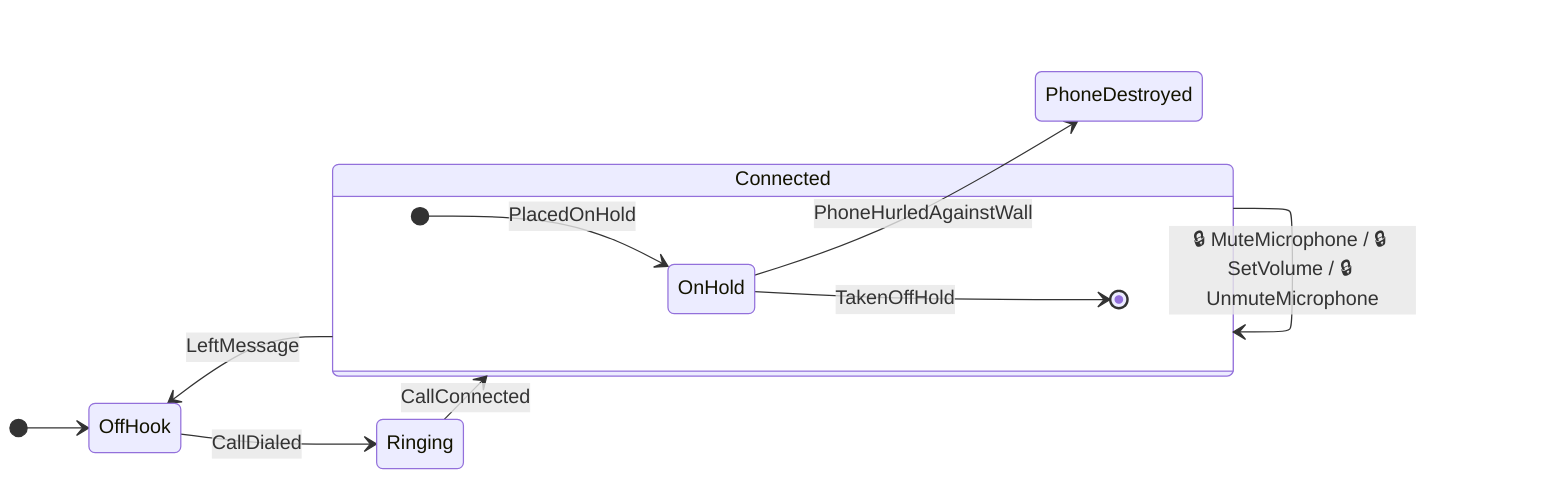
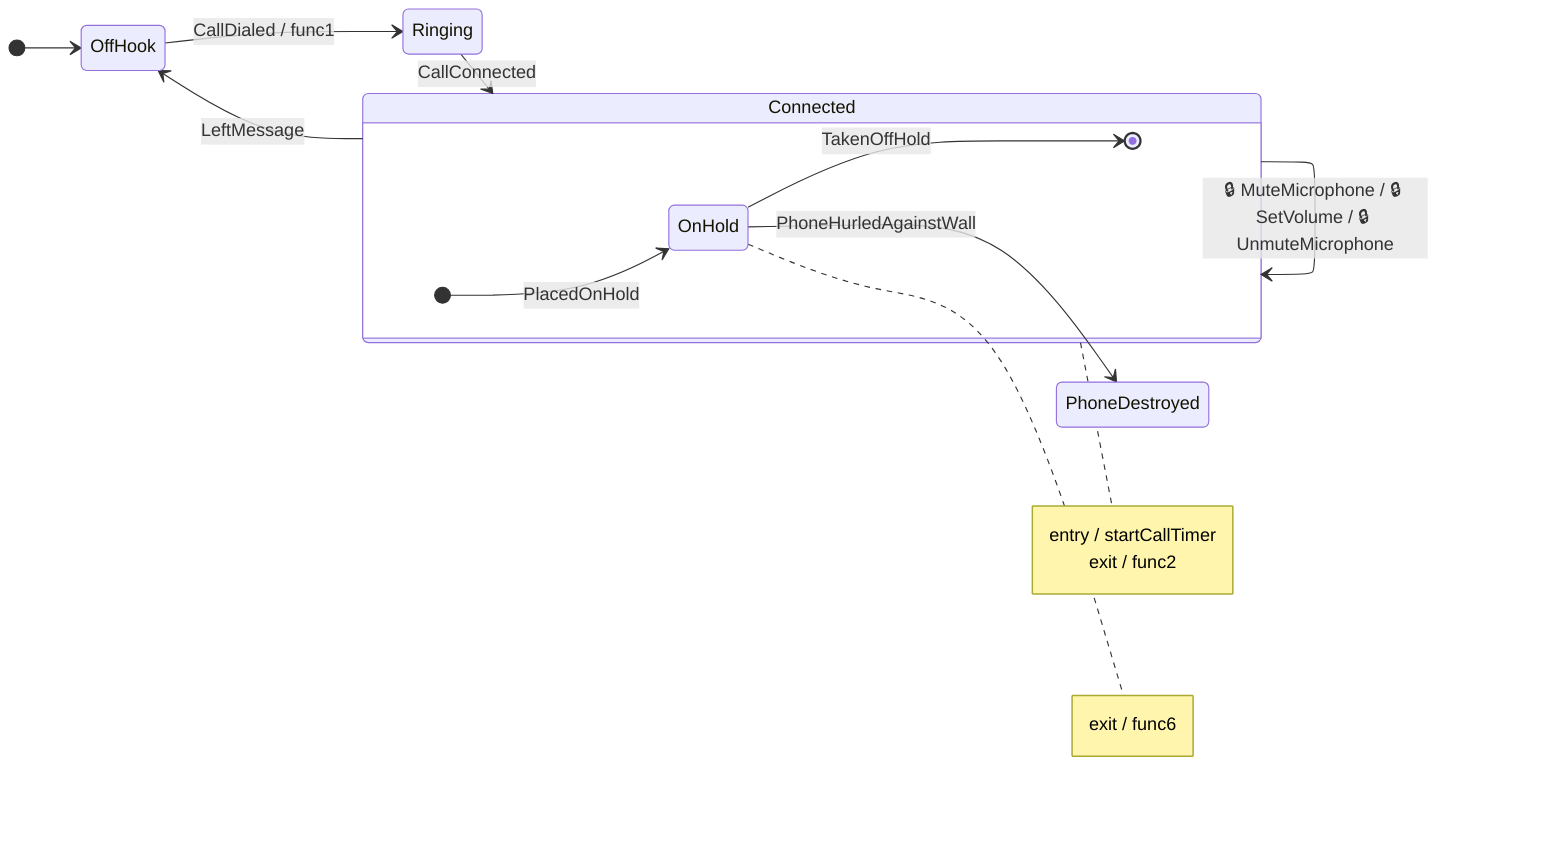
stateDiagram-v2
    direction LR
- 
    [*] --> OffHook

    state Connected {
        OnHold
        [*] --> OnHold : PlacedOnHold
        OnHold --> [*] : TakenOffHold
    }
+     note right of Connected
+         entry / startCallTimer
+         exit / func2
+     end note
+     note right of OnHold
+         exit / func6
+     end note

    Connected --> OffHook : LeftMessage
    Connected --> Connected : 🔒 MuteMicrophone / 🔒 SetVolume / 🔒 UnmuteMicrophone
-     OffHook --> Ringing : CallDialed
+     OffHook --> Ringing : CallDialed / func1
    OnHold --> PhoneDestroyed : PhoneHurledAgainstWall
    Ringing --> Connected : CallConnected
